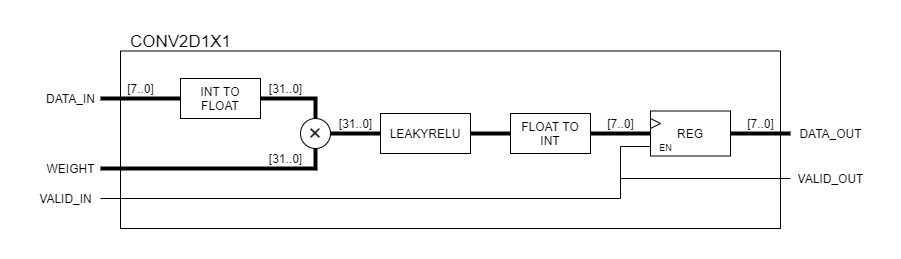
Before: Project/src/rtl/conv2d1x1/conv2d1x1-diagram.png, a diagram exported from draw.io (hohaicongthuan/0x55AA). Source tidied: cells renumbered, new cells last; positions are measured from the earlier drawing's top-left corner, leaving out a move shared by most shapes.
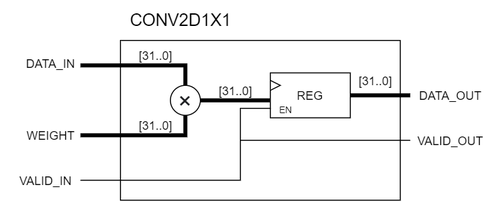
The same file after the commit.

What changed in the source:
```diff
@@ -3,69 +3,50 @@
     <mxCell id="0" />
     <mxCell id="1" parent="0" />
     <mxCell id="2" style="rounded=0;whiteSpace=wrap;html=1;fillColor=none;" parent="1" vertex="1">
-      <mxGeometry x="90" y="20.5" width="660" height="177.5" as="geometry" />
+      <mxGeometry x="470" y="48" width="280" height="160" as="geometry" />
     </mxCell>
-    <mxCell id="3" value="INT TO FLOAT" style="rounded=0;whiteSpace=wrap;html=1;" parent="1" vertex="1">
-      <mxGeometry x="150" y="48" width="80" height="40" as="geometry" />
-    </mxCell>
-    <mxCell id="4" style="endArrow=none;html=1;strokeWidth=4;entryX=0;entryY=0.5;entryDx=0;entryDy=0;" parent="1" edge="1" target="3">
-      <mxGeometry relative="1" as="geometry">
-        <mxPoint x="70" y="68" as="sourcePoint" />
-      </mxGeometry>
-    </mxCell>
     <mxCell id="5" value="DATA_IN" style="text;html=1;align=center;verticalAlign=middle;strokeColor=none;" parent="1" vertex="1">
-      <mxGeometry x="10" y="58" width="60" height="20" as="geometry" />
+      <mxGeometry x="370" y="60.5" width="60" height="20" as="geometry" />
     </mxCell>
     <mxCell id="6" value="&lt;span style=&quot;color: rgb(32 , 33 , 36) ; font-family: &amp;#34;arial&amp;#34; , sans-serif ; text-align: left ; background-color: rgb(255 , 255 , 255)&quot;&gt;&lt;font style=&quot;font-size: 24px&quot;&gt;×&lt;/font&gt;&lt;/span&gt;" style="ellipse;whiteSpace=wrap;html=1;" parent="1" vertex="1">
-      <mxGeometry x="270" y="88" width="30" height="30" as="geometry" />
+      <mxGeometry x="520" y="93" width="30" height="30" as="geometry" />
     </mxCell>
-    <mxCell id="7" style="endArrow=none;html=1;strokeWidth=4;entryX=0.5;entryY=0;entryDx=0;entryDy=0;exitX=1;exitY=0.5;exitDx=0;exitDy=0;rounded=0;" parent="1" edge="1" source="3" target="6">
+    <mxCell id="7" style="endArrow=none;html=1;strokeWidth=4;entryX=0.5;entryY=0;entryDx=0;entryDy=0;rounded=0;" parent="1" edge="1" target="6">
       <mxGeometry relative="1" as="geometry">
+        <mxPoint x="430" y="73" as="sourcePoint" />
         <Array as="points">
-          <mxPoint x="285" y="68" />
+          <mxPoint x="535" y="73" />
         </Array>
       </mxGeometry>
     </mxCell>
     <mxCell id="8" style="endArrow=none;html=1;strokeWidth=4;entryX=0.5;entryY=1;entryDx=0;entryDy=0;rounded=0;" parent="1" edge="1" target="6">
       <mxGeometry relative="1" as="geometry">
-        <mxPoint x="70" y="138" as="sourcePoint" />
+        <mxPoint x="430" y="143" as="sourcePoint" />
         <Array as="points">
-          <mxPoint x="285" y="138" />
+          <mxPoint x="535" y="143" />
         </Array>
       </mxGeometry>
     </mxCell>
     <mxCell id="9" value="WEIGHT" style="text;html=1;align=center;verticalAlign=middle;strokeColor=none;" parent="1" vertex="1">
-      <mxGeometry x="10" y="128" width="60" height="20" as="geometry" />
+      <mxGeometry x="370" y="133" width="60" height="20" as="geometry" />
     </mxCell>
-    <mxCell id="10" style="endArrow=none;html=1;strokeWidth=4;exitX=1;exitY=0.5;exitDx=0;exitDy=0;" parent="1" edge="1" source="6">
+    <mxCell id="10" style="endArrow=none;html=1;strokeWidth=4;exitX=1;exitY=0.5;exitDx=0;exitDy=0;entryX=0;entryY=0.5;entryDx=0;entryDy=0;" parent="1" edge="1" source="6">
       <mxGeometry relative="1" as="geometry">
-        <mxPoint x="350" y="103" as="targetPoint" />
+        <mxPoint x="620" y="108" as="targetPoint" />
       </mxGeometry>
     </mxCell>
-    <mxCell id="11" value="FLOAT TO INT" style="rounded=0;whiteSpace=wrap;html=1;" parent="1" vertex="1">
-      <mxGeometry x="480" y="83" width="80" height="40" as="geometry" />
-    </mxCell>
-    <mxCell id="12" style="endArrow=none;html=1;strokeWidth=4;exitX=1;exitY=0.5;exitDx=0;exitDy=0;" parent="1" edge="1" source="11" target="19">
-      <mxGeometry relative="1" as="geometry" />
-    </mxCell>
     <mxCell id="13" value="DATA_OUT" style="text;html=1;align=center;verticalAlign=middle;strokeColor=none;" parent="1" vertex="1">
       <mxGeometry x="760" y="93" width="80" height="20" as="geometry" />
     </mxCell>
-    <mxCell id="14" value="[7..0]" style="text;html=1;align=center;verticalAlign=middle;strokeColor=none;" parent="1" vertex="1">
-      <mxGeometry x="90" y="48" width="40" height="20" as="geometry" />
-    </mxCell>
     <mxCell id="15" value="[31..0]" style="text;html=1;align=center;verticalAlign=middle;strokeColor=none;" parent="1" vertex="1">
-      <mxGeometry x="230" y="48" width="50" height="20" as="geometry" />
+      <mxGeometry x="480" y="53" width="50" height="20" as="geometry" />
     </mxCell>
     <mxCell id="16" value="[31..0]" style="text;html=1;align=center;verticalAlign=middle;strokeColor=none;" parent="1" vertex="1">
-      <mxGeometry x="300" y="83" width="50" height="20" as="geometry" />
+      <mxGeometry x="560" y="88" width="50" height="20" as="geometry" />
     </mxCell>
     <mxCell id="17" value="[31..0]" style="text;html=1;align=center;verticalAlign=middle;strokeColor=none;" parent="1" vertex="1">
-      <mxGeometry x="230" y="118" width="50" height="20" as="geometry" />
+      <mxGeometry x="480" y="123" width="50" height="20" as="geometry" />
     </mxCell>
-    <mxCell id="18" value="[7..0]" style="text;html=1;align=center;verticalAlign=middle;strokeColor=none;" parent="1" vertex="1">
-      <mxGeometry x="570" y="83" width="40" height="20" as="geometry" />
-    </mxCell>
     <mxCell id="19" value="REG" style="rounded=0;whiteSpace=wrap;html=1;" parent="1" vertex="1">
       <mxGeometry x="620" y="80.5" width="80" height="45" as="geometry" />
     </mxCell>
@@ -75,23 +56,20 @@
         <mxPoint x="760" y="103" as="targetPoint" />
       </mxGeometry>
     </mxCell>
-    <mxCell id="21" value="[7..0]" style="text;html=1;align=center;verticalAlign=middle;strokeColor=none;" parent="1" vertex="1">
-      <mxGeometry x="710" y="83" width="40" height="20" as="geometry" />
-    </mxCell>
     <mxCell id="22" value="&lt;font style=&quot;font-size: 8px&quot;&gt;EN&lt;/font&gt;" style="text;html=1;align=center;verticalAlign=middle;points=[];strokeColor=none;" parent="1" vertex="1">
       <mxGeometry x="620" y="105.5" width="30" height="20" as="geometry" />
     </mxCell>
     <mxCell id="23" style="endArrow=none;html=1;rounded=0;entryX=0.011;entryY=0.525;entryDx=0;entryDy=0;entryPerimeter=0;" parent="1" edge="1" target="22">
       <mxGeometry relative="1" as="geometry">
-        <mxPoint x="70" y="168" as="sourcePoint" />
+        <mxPoint x="430" y="188" as="sourcePoint" />
         <Array as="points">
-          <mxPoint x="590" y="168" />
+          <mxPoint x="590" y="188" />
           <mxPoint x="590" y="116" />
         </Array>
       </mxGeometry>
     </mxCell>
     <mxCell id="24" value="VALID_IN" style="text;html=1;align=center;verticalAlign=middle;strokeColor=none;" parent="1" vertex="1">
-      <mxGeometry y="158" width="70" height="20" as="geometry" />
+      <mxGeometry x="360" y="178" width="70" height="20" as="geometry" />
     </mxCell>
     <mxCell id="25" style="endArrow=none;html=1;" parent="1" edge="1">
       <mxGeometry relative="1" as="geometry">
@@ -106,13 +84,10 @@
       <mxGeometry x="620" y="88" width="10" height="10" as="geometry" />
     </mxCell>
     <mxCell id="28" value="&lt;font style=&quot;font-size: 17px&quot;&gt;CONV2D1X1&lt;/font&gt;" style="text;html=1;align=center;verticalAlign=middle;strokeColor=none;" parent="1" vertex="1">
-      <mxGeometry x="90" y="0.5" width="120" height="20" as="geometry" />
+      <mxGeometry x="470" y="18" width="120" height="20" as="geometry" />
     </mxCell>
-    <mxCell id="29" value="LEAKYRELU" style="rounded=0;whiteSpace=wrap;html=1;" parent="1" vertex="1">
-      <mxGeometry x="350" y="83" width="90" height="40" as="geometry" />
-    </mxCell>
-    <mxCell id="30" style="endArrow=none;html=1;strokeWidth=4;exitX=1;exitY=0.5;exitDx=0;exitDy=0;entryX=0;entryY=0.5;entryDx=0;entryDy=0;" parent="1" edge="1" source="29" target="11">
-      <mxGeometry relative="1" as="geometry" />
-    </mxCell>
+    <mxCell id="31" value="[31..0]" style="text;html=1;align=center;verticalAlign=middle;strokeColor=none;" parent="1" vertex="1">
+      <mxGeometry x="700" y="78" width="50" height="20" as="geometry" />
+    </mxCell>
   </root>
 </mxGraphModel>
```
